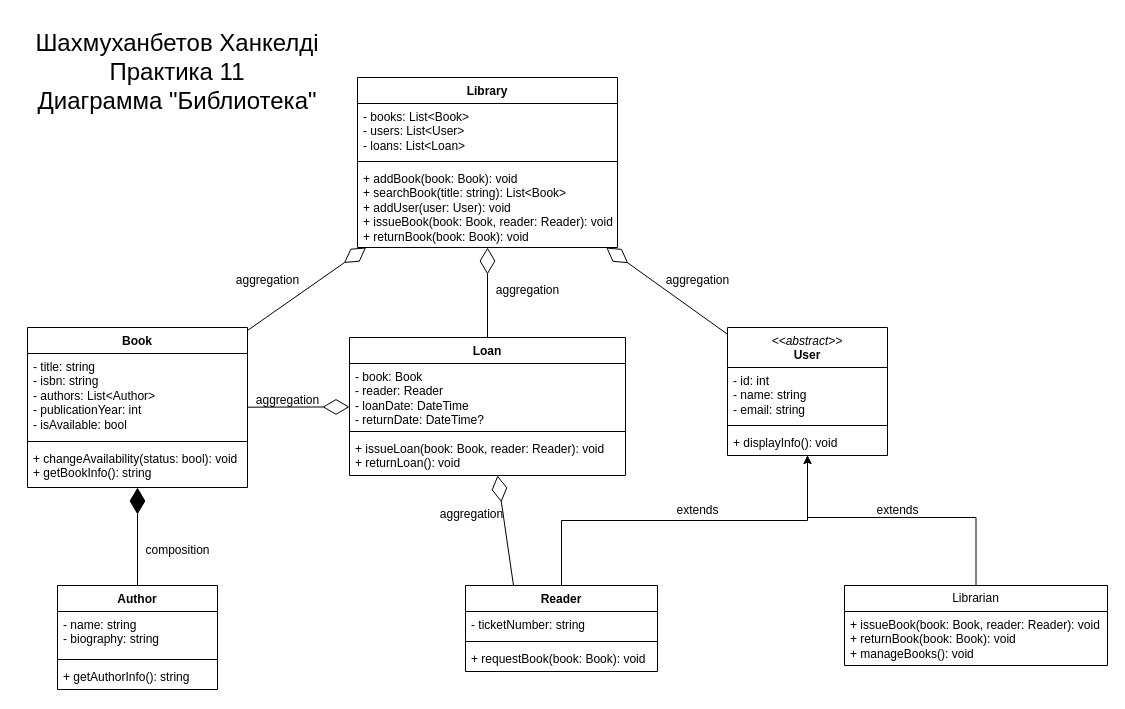
Earlier version of the draw.io diagram Practic11.js/Shakhmukhanbetov_K_Diagramm.drawio (khngldi/Khngldi-Application-design-patterns-Practic). Source tidied: cells renumbered, new cells numbered last; positions are measured from the earlier drawing's top-left corner, leaving out a move shared by most shapes. Both pictures are drawn from the tidied source at 100%, with x=0, y=0 at pixel (17, 17).
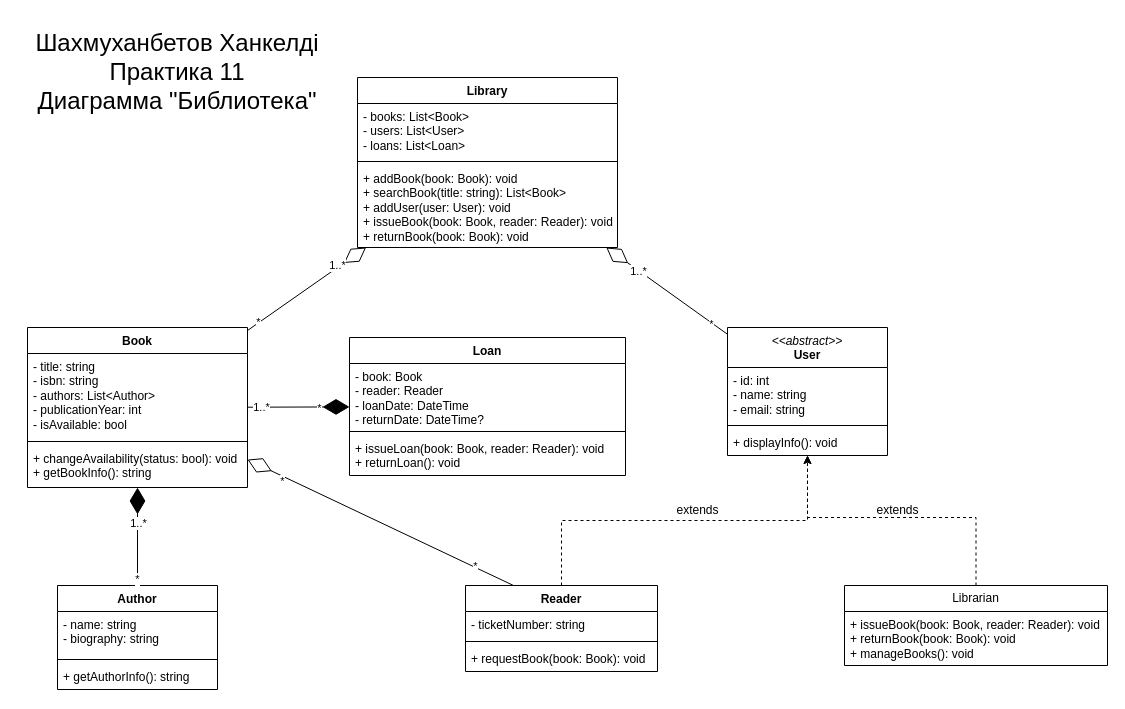
Above is the later version.

Unchanged cells that the change refers to:
```xml
<mxCell id="2" value="Library" style="swimlane;fontStyle=1;align=center;verticalAlign=top;horizontal=1;startSize=26;whiteSpace=wrap;html=1;" parent="1" vertex="1">
  <mxGeometry x="340" y="60" width="260" height="170" as="geometry" />
</mxCell>
<mxCell id="6" value="Loan" style="swimlane;fontStyle=1;align=center;verticalAlign=top;horizontal=1;startSize=26;whiteSpace=wrap;html=1;" parent="1" vertex="1">
  <mxGeometry x="332" y="320" width="276" height="138" as="geometry" />
</mxCell>
<mxCell id="10" value="&lt;div&gt;&lt;i style=&quot;font-weight: 400;&quot;&gt;&amp;lt;&amp;lt;abstract&amp;gt;&amp;gt;&lt;/i&gt;&lt;br style=&quot;font-weight: 400;&quot;&gt;User&lt;/div&gt;" style="swimlane;fontStyle=1;align=center;verticalAlign=top;horizontal=1;startSize=40;whiteSpace=wrap;html=1;" parent="1" vertex="1">
  <mxGeometry x="710" y="310" width="160" height="128" as="geometry" />
</mxCell>
<mxCell id="14" value="Book" style="swimlane;fontStyle=1;align=center;verticalAlign=top;horizontal=1;startSize=26;whiteSpace=wrap;html=1;" parent="1" vertex="1">
  <mxGeometry x="10" y="310" width="220" height="160" as="geometry" />
</mxCell>
<mxCell id="23" value="Reader" style="swimlane;fontStyle=1;align=center;verticalAlign=top;horizontal=1;startSize=26;whiteSpace=wrap;html=1;" parent="1" vertex="1">
  <mxGeometry x="448" y="568" width="192" height="86" as="geometry" />
</mxCell>
<mxCell id="28" value="Librarian" style="swimlane;fontStyle=0;horizontal=1;startSize=26;fillColor=none;whiteSpace=wrap;html=1;" parent="1" vertex="1">
  <mxGeometry x="827" y="568" width="263" height="80" as="geometry" />
</mxCell>
<mxCell id="31" style="endArrow=diamondThin;endFill=1;endSize=24;html=1;rounded=0;" parent="1" edge="1" source="18" target="14">
  <mxGeometry relative="1" as="geometry" />
</mxCell>
<mxCell id="33" style="endArrow=diamondThin;endFill=0;endSize=24;html=1;rounded=0;" parent="1" edge="1" source="14" target="2">
  <mxGeometry relative="1" as="geometry" />
</mxCell>
<mxCell id="35" style="endArrow=diamondThin;endFill=0;endSize=24;html=1;rounded=0;" parent="1" edge="1" source="10" target="2">
  <mxGeometry relative="1" as="geometry" />
</mxCell>
```

Diff of the diagram source:
```diff
@@
-    <mxCell id="22" style="edgeStyle=orthogonalEdgeStyle;rounded=0;jettySize=auto;html=1;exitX=0.5;exitY=0;exitDx=0;exitDy=0;" parent="1" edge="1" source="23" target="10">
+    <mxCell id="22" style="edgeStyle=orthogonalEdgeStyle;rounded=0;jettySize=auto;html=1;exitX=0.5;exitY=0;exitDx=0;exitDy=0;dashed=1;" parent="1" edge="1" source="23" target="10">
       <mxGeometry relative="1" as="geometry" />
     </mxCell>
@@
-    <mxCell id="27" style="edgeStyle=orthogonalEdgeStyle;rounded=0;jettySize=auto;html=1;exitX=0.5;exitY=0;exitDx=0;exitDy=0;" parent="1" edge="1" source="28" target="10">
+    <mxCell id="27" style="edgeStyle=orthogonalEdgeStyle;rounded=0;jettySize=auto;html=1;exitX=0.5;exitY=0;exitDx=0;exitDy=0;dashed=1;" parent="1" edge="1" source="28" target="10">
       <mxGeometry relative="1" as="geometry">
         <Array as="points">
           <mxPoint x="959" y="500" />
           <mxPoint x="790" y="500" />
         </Array>
       </mxGeometry>
     </mxCell>
@@
-    <mxCell id="30" style="endArrow=diamondThin;endFill=0;endSize=24;html=1;rounded=0;exitX=0.25;exitY=0;exitDx=0;exitDy=0;" parent="1" edge="1" source="23" target="6">
+    <mxCell id="30" style="endArrow=diamondThin;endFill=0;endSize=24;html=1;rounded=0;exitX=0.25;exitY=0;exitDx=0;exitDy=0;" parent="1" edge="1" source="23" target="14">
       <mxGeometry relative="1" as="geometry" />
     </mxCell>
+    <mxCell id="45" value="*" style="edgeLabel;html=1;align=center;verticalAlign=middle;" parent="30" vertex="1">
+      <mxGeometry x="0.72" y="4" relative="1" as="geometry">
+        <mxPoint x="-1" as="offset" />
+      </mxGeometry>
+    </mxCell>
+    <mxCell id="46" value="*" style="edgeLabel;html=1;align=center;verticalAlign=middle;" parent="30" vertex="1">
+      <mxGeometry x="-0.71" y="-1" relative="1" as="geometry" />
+    </mxCell>
@@
+    <mxCell id="47" value="*" style="edgeLabel;html=1;align=center;verticalAlign=middle;" parent="31" vertex="1">
+      <mxGeometry x="-0.85" y="1" relative="1" as="geometry" />
+    </mxCell>
+    <mxCell id="48" value="1..*" style="edgeLabel;html=1;align=center;verticalAlign=middle;" parent="31" vertex="1">
+      <mxGeometry x="0.28" relative="1" as="geometry" />
+    </mxCell>
-    <mxCell id="32" style="endArrow=diamondThin;endFill=0;endSize=24;html=1;rounded=0;" parent="1" edge="1" source="14" target="6">
+    <mxCell id="32" style="endArrow=diamondThin;endFill=1;endSize=24;html=1;rounded=0;" parent="1" edge="1" source="14" target="6">
       <mxGeometry relative="1" as="geometry" />
     </mxCell>
+    <mxCell id="49" value="*" style="edgeLabel;html=1;align=center;verticalAlign=middle;" parent="32" vertex="1">
+      <mxGeometry x="0.39" y="-1" relative="1" as="geometry" />
+    </mxCell>
+    <mxCell id="50" value="1..*" style="edgeLabel;html=1;align=center;verticalAlign=middle;" parent="32" vertex="1">
+      <mxGeometry x="-0.73" relative="1" as="geometry" />
+    </mxCell>
@@
-    <mxCell id="34" style="endArrow=diamondThin;endFill=0;endSize=24;html=1;rounded=0;" parent="1" edge="1" source="6" target="2">
-      <mxGeometry relative="1" as="geometry" />
-    </mxCell>
+    <mxCell id="51" value="1..*" style="edgeLabel;html=1;align=center;verticalAlign=middle;" parent="33" vertex="1">
+      <mxGeometry x="0.53" y="2" relative="1" as="geometry" />
+    </mxCell>
+    <mxCell id="52" value="*" style="edgeLabel;html=1;align=center;verticalAlign=middle;" parent="33" vertex="1">
+      <mxGeometry x="-0.8" y="1" relative="1" as="geometry" />
+    </mxCell>
@@
+    <mxCell id="53" value="1..*" style="edgeLabel;html=1;align=center;verticalAlign=middle;" parent="35" vertex="1">
+      <mxGeometry x="0.48" relative="1" as="geometry">
+        <mxPoint y="1" as="offset" />
+      </mxGeometry>
+    </mxCell>
+    <mxCell id="54" value="*" style="edgeLabel;html=1;align=center;verticalAlign=middle;" parent="35" vertex="1">
+      <mxGeometry x="-0.75" y="1" relative="1" as="geometry" />
+    </mxCell>
@@
-    <mxCell id="39" value="&lt;span style=&quot;font-weight: normal;&quot;&gt;aggregation&lt;/span&gt;" style="text;align=center;fontStyle=1;verticalAlign=middle;spacingLeft=3;spacingRight=3;strokeColor=none;html=1;" parent="1" vertex="1">
-      <mxGeometry x="210" y="250" width="80" height="26" as="geometry" />
-    </mxCell>
-    <mxCell id="40" value="&lt;span style=&quot;font-weight: normal;&quot;&gt;aggregation&lt;/span&gt;" style="text;align=center;fontStyle=1;verticalAlign=middle;spacingLeft=3;spacingRight=3;strokeColor=none;html=1;" parent="1" vertex="1">
-      <mxGeometry x="230" y="370" width="80" height="26" as="geometry" />
-    </mxCell>
-    <mxCell id="41" value="&lt;span style=&quot;font-weight: normal;&quot;&gt;aggregation&lt;/span&gt;" style="text;align=center;fontStyle=1;verticalAlign=middle;spacingLeft=3;spacingRight=3;strokeColor=none;html=1;" parent="1" vertex="1">
-      <mxGeometry x="414" y="484" width="80" height="26" as="geometry" />
-    </mxCell>
-    <mxCell id="42" value="&lt;span style=&quot;font-weight: normal;&quot;&gt;aggregation&lt;/span&gt;" style="text;align=center;fontStyle=1;verticalAlign=middle;spacingLeft=3;spacingRight=3;strokeColor=none;html=1;" parent="1" vertex="1">
-      <mxGeometry x="470" y="260" width="80" height="26" as="geometry" />
-    </mxCell>
-    <mxCell id="43" value="&lt;span style=&quot;font-weight: normal;&quot;&gt;aggregation&lt;/span&gt;" style="text;align=center;fontStyle=1;verticalAlign=middle;spacingLeft=3;spacingRight=3;strokeColor=none;html=1;" parent="1" vertex="1">
-      <mxGeometry x="640" y="250" width="80" height="26" as="geometry" />
-    </mxCell>
-    <mxCell id="44" value="&lt;span style=&quot;font-weight: normal;&quot;&gt;composition&lt;/span&gt;" style="text;align=center;fontStyle=1;verticalAlign=middle;spacingLeft=3;spacingRight=3;strokeColor=none;html=1;" parent="1" vertex="1">
-      <mxGeometry x="120" y="520" width="80" height="26" as="geometry" />
-    </mxCell>
```
